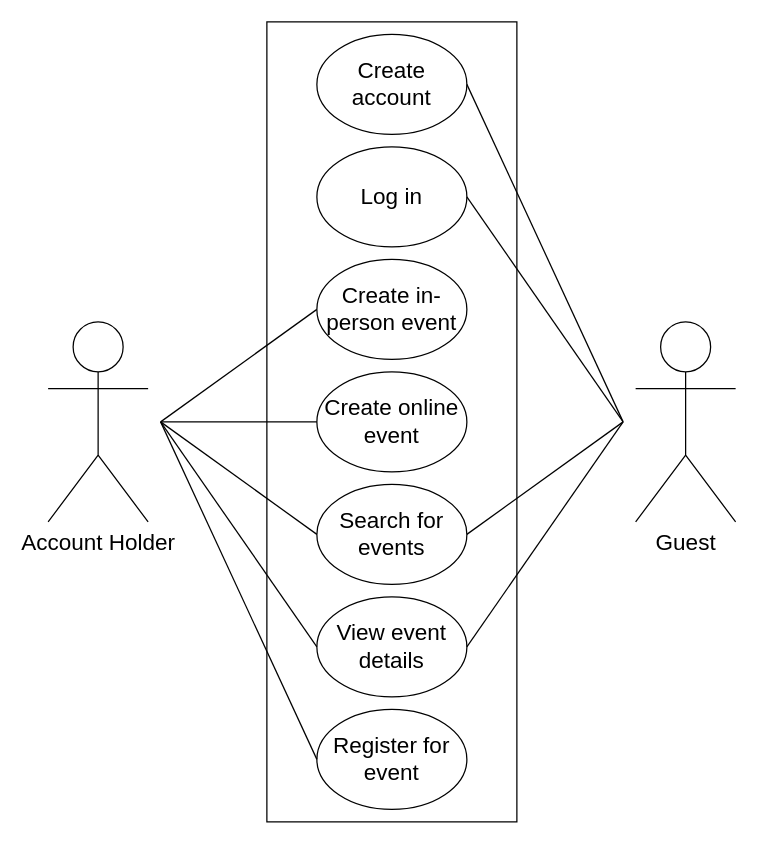
This is Use case diagram.drawio from McGill-ECSE321-Fall2024/tutorial-notes, a draw.io file, before an edit. Source tidied: cells renumbered, new cells numbered last; positions are measured from the earlier drawing's top-left corner, leaving out a move shared by most shapes. Both pictures are drawn from the tidied source at 125%, with x=0, y=0 at pixel (48, 21).
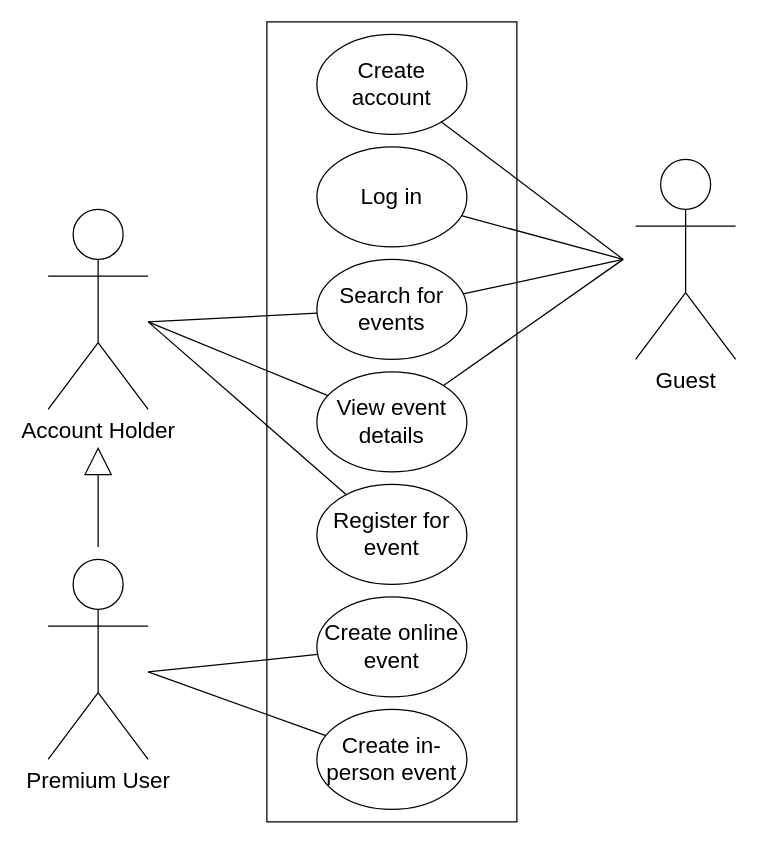
Above is the later version.

Commit message (it also covers changes not shown here):
Add example of generalization in use case diagram

The change refers to these unchanged cells:
```xml
<mxCell id="4" value="Log in" style="ellipse;whiteSpace=wrap;html=1;verticalAlign=middle;fontSize=18;" parent="1" vertex="1">
  <mxGeometry x="215" y="100" width="120" height="80" as="geometry" />
</mxCell>
<mxCell id="19" value="&lt;font style=&quot;font-size: 18px;&quot;&gt;Create account&lt;br style=&quot;font-size: 18px;&quot;&gt;&lt;/font&gt;" style="ellipse;whiteSpace=wrap;html=1;verticalAlign=middle;fontSize=18;" parent="1" vertex="1">
  <mxGeometry x="215" y="10" width="120" height="80" as="geometry" />
</mxCell>
```

The edit, as a diff of the source:
```diff
@@
     <mxCell id="3" value="&lt;font style=&quot;font-size: 18px;&quot;&gt;Account Holder&lt;br&gt;&lt;/font&gt;" style="shape=umlActor;verticalLabelPosition=bottom;verticalAlign=top;html=1;" parent="1" vertex="1">
-      <mxGeometry y="240" width="80" height="160" as="geometry" />
+      <mxGeometry y="150" width="80" height="160" as="geometry" />
     </mxCell>
@@
-    <mxCell id="5" style="rounded=0;jettySize=auto;html=1;exitX=0;exitY=0.5;exitDx=0;exitDy=0;endArrow=none;endFill=0;" parent="1" edge="1" source="6">
+    <mxCell id="5" style="rounded=0;jettySize=auto;html=1;endArrow=none;endFill=0;" parent="1" edge="1" source="6">
       <mxGeometry relative="1" as="geometry">
-        <mxPoint x="90" y="320" as="targetPoint" />
+        <mxPoint x="80" y="520" as="targetPoint" />
       </mxGeometry>
     </mxCell>
     <mxCell id="6" value="&lt;font style=&quot;font-size: 18px;&quot;&gt;Create in-person event&lt;br style=&quot;font-size: 18px;&quot;&gt;&lt;/font&gt;" style="ellipse;whiteSpace=wrap;html=1;verticalAlign=middle;fontSize=18;" parent="1" vertex="1">
-      <mxGeometry x="215" y="190" width="120" height="80" as="geometry" />
+      <mxGeometry x="215" y="550" width="120" height="80" as="geometry" />
     </mxCell>
     <mxCell id="7" value="&lt;font style=&quot;font-size: 18px;&quot;&gt;Create online event&lt;br style=&quot;font-size: 18px;&quot;&gt;&lt;/font&gt;" style="ellipse;whiteSpace=wrap;html=1;verticalAlign=middle;fontSize=18;" parent="1" vertex="1">
-      <mxGeometry x="215" y="280" width="120" height="80" as="geometry" />
+      <mxGeometry x="215" y="460" width="120" height="80" as="geometry" />
     </mxCell>
     <mxCell id="8" value="&lt;font style=&quot;font-size: 18px;&quot;&gt;Search for events&lt;br style=&quot;font-size: 18px;&quot;&gt;&lt;/font&gt;" style="ellipse;whiteSpace=wrap;html=1;verticalAlign=middle;fontSize=18;" parent="1" vertex="1">
-      <mxGeometry x="215" y="370" width="120" height="80" as="geometry" />
+      <mxGeometry x="215" y="190" width="120" height="80" as="geometry" />
     </mxCell>
     <mxCell id="9" value="&lt;font style=&quot;font-size: 18px;&quot;&gt;View event details&lt;br style=&quot;font-size: 18px;&quot;&gt;&lt;/font&gt;" style="ellipse;whiteSpace=wrap;html=1;verticalAlign=middle;fontSize=18;" parent="1" vertex="1">
-      <mxGeometry x="215" y="460" width="120" height="80" as="geometry" />
+      <mxGeometry x="215" y="280" width="120" height="80" as="geometry" />
     </mxCell>
     <mxCell id="10" value="&lt;font style=&quot;font-size: 18px;&quot;&gt;Register for event&lt;br style=&quot;font-size: 18px;&quot;&gt;&lt;/font&gt;" style="ellipse;whiteSpace=wrap;html=1;verticalAlign=middle;fontSize=18;" parent="1" vertex="1">
-      <mxGeometry x="215" y="550" width="120" height="80" as="geometry" />
+      <mxGeometry x="215" y="370" width="120" height="80" as="geometry" />
     </mxCell>
-    <mxCell id="11" style="rounded=0;jettySize=auto;html=1;exitX=0;exitY=0.5;exitDx=0;exitDy=0;endArrow=none;endFill=0;" parent="1" edge="1" source="7">
+    <mxCell id="11" style="rounded=0;jettySize=auto;html=1;endArrow=none;endFill=0;" parent="1" edge="1" source="7">
       <mxGeometry relative="1" as="geometry">
-        <mxPoint x="90" y="320" as="targetPoint" />
+        <mxPoint x="80" y="520" as="targetPoint" />
       </mxGeometry>
     </mxCell>
-    <mxCell id="12" style="rounded=0;jettySize=auto;html=1;exitX=0;exitY=0.5;exitDx=0;exitDy=0;endArrow=none;endFill=0;" parent="1" edge="1" source="8">
+    <mxCell id="12" style="rounded=0;jettySize=auto;html=1;endArrow=none;endFill=0;" parent="1" edge="1" source="8">
       <mxGeometry relative="1" as="geometry">
-        <mxPoint x="90" y="320" as="targetPoint" />
+        <mxPoint x="80" y="240" as="targetPoint" />
       </mxGeometry>
     </mxCell>
-    <mxCell id="13" style="rounded=0;jettySize=auto;html=1;exitX=0;exitY=0.5;exitDx=0;exitDy=0;endArrow=none;endFill=0;" parent="1" edge="1" source="9">
+    <mxCell id="13" style="rounded=0;jettySize=auto;html=1;endArrow=none;endFill=0;" parent="1" edge="1" source="9">
       <mxGeometry relative="1" as="geometry">
-        <mxPoint x="90" y="320" as="targetPoint" />
+        <mxPoint x="80" y="240" as="targetPoint" />
       </mxGeometry>
     </mxCell>
-    <mxCell id="14" style="rounded=0;jettySize=auto;html=1;exitX=0;exitY=0.5;exitDx=0;exitDy=0;endArrow=none;endFill=0;" parent="1" edge="1" source="10">
+    <mxCell id="14" style="rounded=0;jettySize=auto;html=1;endArrow=none;endFill=0;" parent="1" edge="1" source="10">
       <mxGeometry relative="1" as="geometry">
-        <mxPoint x="90" y="320" as="targetPoint" />
+        <mxPoint x="80" y="240" as="targetPoint" />
       </mxGeometry>
     </mxCell>
     <mxCell id="15" value="&lt;font style=&quot;font-size: 18px;&quot;&gt;Guest&lt;/font&gt;" style="shape=umlActor;verticalLabelPosition=bottom;verticalAlign=top;html=1;" parent="1" vertex="1">
-      <mxGeometry x="470" y="240" width="80" height="160" as="geometry" />
+      <mxGeometry x="470" y="110" width="80" height="160" as="geometry" />
     </mxCell>
-    <mxCell id="16" style="rounded=0;jettySize=auto;html=1;exitX=1;exitY=0.5;exitDx=0;exitDy=0;endArrow=none;endFill=0;" parent="1" edge="1" source="4">
+    <mxCell id="16" style="rounded=0;jettySize=auto;html=1;endArrow=none;endFill=0;" parent="1" edge="1" source="4">
       <mxGeometry relative="1" as="geometry">
-        <mxPoint x="460" y="320" as="targetPoint" />
+        <mxPoint x="460" y="190" as="targetPoint" />
       </mxGeometry>
     </mxCell>
-    <mxCell id="17" style="rounded=0;jettySize=auto;html=1;exitX=1;exitY=0.5;exitDx=0;exitDy=0;endArrow=none;endFill=0;" parent="1" edge="1" source="8">
+    <mxCell id="17" style="rounded=0;jettySize=auto;html=1;endArrow=none;endFill=0;" parent="1" edge="1" source="8">
       <mxGeometry relative="1" as="geometry">
-        <mxPoint x="460" y="320" as="targetPoint" />
+        <mxPoint x="460" y="190" as="targetPoint" />
       </mxGeometry>
     </mxCell>
-    <mxCell id="18" style="rounded=0;jettySize=auto;html=1;exitX=1;exitY=0.5;exitDx=0;exitDy=0;endArrow=none;endFill=0;" parent="1" edge="1" source="9">
+    <mxCell id="18" style="rounded=0;jettySize=auto;html=1;endArrow=none;endFill=0;" parent="1" edge="1" source="9">
       <mxGeometry relative="1" as="geometry">
-        <mxPoint x="460" y="320" as="targetPoint" />
+        <mxPoint x="460" y="190" as="targetPoint" />
       </mxGeometry>
     </mxCell>
@@
-    <mxCell id="20" style="rounded=0;jettySize=auto;html=1;exitX=1;exitY=0.5;exitDx=0;exitDy=0;endArrow=none;endFill=0;" parent="1" edge="1" source="19">
+    <mxCell id="20" style="rounded=0;jettySize=auto;html=1;endArrow=none;endFill=0;" parent="1" edge="1" source="19">
       <mxGeometry relative="1" as="geometry">
-        <mxPoint x="460" y="320" as="targetPoint" />
+        <mxPoint x="460" y="190" as="targetPoint" />
       </mxGeometry>
     </mxCell>
+    <mxCell id="21" value="&lt;font style=&quot;font-size: 18px;&quot;&gt;Premium User&lt;br&gt;&lt;/font&gt;" style="shape=umlActor;verticalLabelPosition=bottom;verticalAlign=top;html=1;" parent="1" vertex="1">
+      <mxGeometry y="430" width="80" height="160" as="geometry" />
+    </mxCell>
+    <mxCell id="22" style="endArrow=block;html=1;rounded=0;endFill=0;endSize=20;" parent="1" edge="1">
+      <mxGeometry relative="1" as="geometry">
+        <mxPoint x="40" y="420" as="sourcePoint" />
+        <mxPoint x="40" y="340" as="targetPoint" />
+      </mxGeometry>
+    </mxCell>
```
